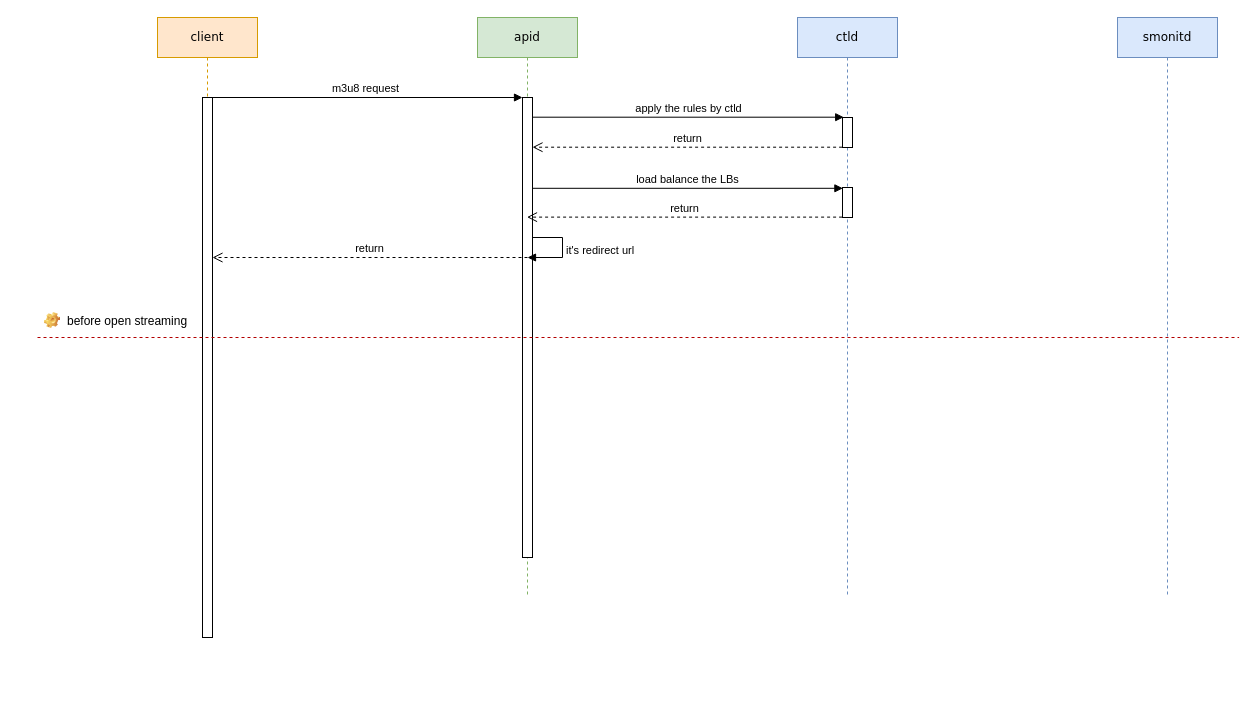
This is media-core/apid.drawio from explorer2036/charts, a draw.io file, before an edit. Source tidied: cells renumbered, new cells numbered last; positions are measured from the earlier drawing's top-left corner, leaving out a move shared by most shapes. Both pictures are drawn from the tidied source at 100%, with x=0, y=0 at pixel (37, 17).
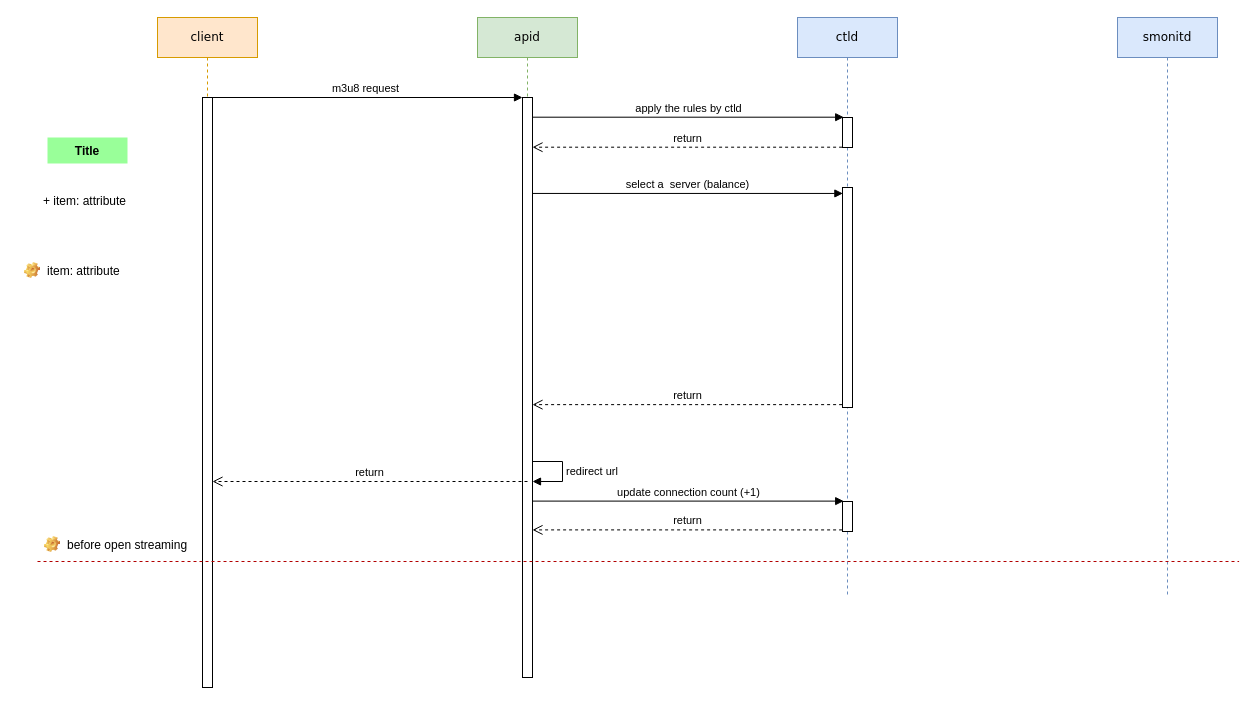
After the change.

Unchanged cells that the change refers to:
```xml
<mxCell id="5" value="ctld" style="shape=umlLifeline;perimeter=lifelinePerimeter;whiteSpace=wrap;html=1;rounded=0;shadow=0;comic=0;labelBackgroundColor=none;strokeWidth=1;fontFamily=Verdana;fontSize=12;align=center;fillColor=#dae8fc;strokeColor=#6c8ebf;" parent="1" vertex="1">
  <mxGeometry x="760" width="100" height="580" as="geometry" />
</mxCell>
```

The edit, as a diff of the source:
```diff
@@
     <mxCell id="2" value="apid" style="shape=umlLifeline;perimeter=lifelinePerimeter;whiteSpace=wrap;html=1;outlineConnect=0;rounded=0;shadow=0;comic=0;labelBackgroundColor=none;strokeWidth=1;fontFamily=Verdana;fontSize=12;align=center;fillColor=#d5e8d4;strokeColor=#82b366;" parent="1" vertex="1">
-      <mxGeometry x="440" width="100" height="580" as="geometry" />
+      <mxGeometry x="440" width="100" height="660" as="geometry" />
     </mxCell>
     <mxCell id="3" style="html=1;points=[];perimeter=orthogonalPerimeter;rounded=0;shadow=0;glass=0;sketch=0;strokeColor=default;" parent="2" vertex="1">
-      <mxGeometry x="45" y="80" width="10" height="460" as="geometry" />
+      <mxGeometry x="45" y="80" width="10" height="580" as="geometry" />
     </mxCell>
-    <mxCell id="4" value="it's redirect url" style="edgeStyle=orthogonalEdgeStyle;html=1;align=left;spacingLeft=2;endArrow=block;rounded=0;" parent="2" edge="1">
+    <mxCell id="4" value="redirect url" style="edgeStyle=orthogonalEdgeStyle;html=1;align=left;spacingLeft=2;endArrow=block;rounded=0;" parent="2" edge="1">
       <mxGeometry relative="1" as="geometry">
-        <mxPoint x="55" y="220" as="sourcePoint" />
-        <mxPoint x="50" y="240" as="targetPoint" />
+        <mxPoint x="55" y="444" as="sourcePoint" />
+        <mxPoint x="55" y="464" as="targetPoint" />
         <Array as="points">
-          <mxPoint x="85" y="220" />
-          <mxPoint x="85" y="240" />
+          <mxPoint x="85" y="444" />
+          <mxPoint x="85" y="464" />
         </Array>
       </mxGeometry>
     </mxCell>
@@
     <mxCell id="7" style="html=1;points=[];perimeter=orthogonalPerimeter;rounded=0;shadow=0;glass=0;sketch=0;strokeColor=default;" parent="5" vertex="1">
-      <mxGeometry x="45" y="170" width="10" height="30" as="geometry" />
+      <mxGeometry x="45" y="170" width="10" height="220" as="geometry" />
     </mxCell>
+    <mxCell id="19" style="html=1;points=[];perimeter=orthogonalPerimeter;rounded=0;shadow=0;glass=0;sketch=0;strokeColor=default;" parent="5" vertex="1">
+      <mxGeometry x="45" y="484" width="10" height="30" as="geometry" />
+    </mxCell>
     <mxCell id="8" value="client" style="shape=umlLifeline;perimeter=lifelinePerimeter;whiteSpace=wrap;html=1;outlineConnect=0;rounded=0;shadow=0;comic=0;labelBackgroundColor=none;strokeWidth=1;fontFamily=Verdana;fontSize=12;align=center;fillColor=#ffe6cc;strokeColor=#d79b00;" parent="1" vertex="1">
-      <mxGeometry x="120" width="100" height="620" as="geometry" />
+      <mxGeometry x="120" width="100" height="670" as="geometry" />
     </mxCell>
     <mxCell id="9" style="html=1;points=[];perimeter=orthogonalPerimeter;rounded=0;shadow=0;glass=0;sketch=0;strokeColor=default;" parent="8" vertex="1">
-      <mxGeometry x="45" y="80" width="10" height="540" as="geometry" />
+      <mxGeometry x="45" y="80" width="10" height="590" as="geometry" />
     </mxCell>
@@
-    <mxCell id="12" value="return" style="html=1;verticalAlign=bottom;endArrow=open;dashed=1;endSize=8;rounded=0;" parent="1" edge="1" target="9">
+    <mxCell id="12" value="return" style="html=1;verticalAlign=bottom;endArrow=open;dashed=1;endSize=8;rounded=0;" parent="1" edge="1">
       <mxGeometry relative="1" as="geometry">
-        <mxPoint x="490" y="240" as="sourcePoint" />
+        <mxPoint x="490" y="464" as="sourcePoint" />
+        <mxPoint x="175" y="464" as="targetPoint" />
       </mxGeometry>
     </mxCell>
@@
-    <mxCell id="15" value="load balance the LBs" style="html=1;verticalAlign=bottom;endArrow=block;rounded=0;entryX=0.04;entryY=0.027;entryDx=0;entryDy=0;entryPerimeter=0;" parent="1" edge="1" source="3" target="7">
+    <mxCell id="15" value="select a&amp;nbsp; server (balance)" style="html=1;verticalAlign=bottom;endArrow=block;rounded=0;entryX=0.04;entryY=0.027;entryDx=0;entryDy=0;entryPerimeter=0;" parent="1" edge="1" source="3" target="7">
       <mxGeometry relative="1" as="geometry" />
     </mxCell>
-    <mxCell id="16" value="return" style="html=1;verticalAlign=bottom;endArrow=open;dashed=1;endSize=8;rounded=0;exitX=-0.04;exitY=0.987;exitDx=0;exitDy=0;exitPerimeter=0;" parent="1" edge="1" source="7" target="2">
+    <mxCell id="16" value="return" style="html=1;verticalAlign=bottom;endArrow=open;dashed=1;endSize=8;rounded=0;exitX=-0.04;exitY=0.987;exitDx=0;exitDy=0;exitPerimeter=0;" parent="1" edge="1" source="7" target="3">
       <mxGeometry relative="1" as="geometry" />
     </mxCell>
     <mxCell id="17" style="endArrow=none;html=1;rounded=0;dashed=1;fillColor=#e51400;strokeColor=#B20000;" parent="1" edge="1">
       <mxGeometry relative="1" as="geometry">
-        <mxPoint y="320" as="sourcePoint" />
-        <mxPoint x="1201.6" y="320" as="targetPoint" />
+        <mxPoint y="544" as="sourcePoint" />
+        <mxPoint x="1201.6" y="544" as="targetPoint" />
       </mxGeometry>
     </mxCell>
     <mxCell id="18" value="before open streaming" style="label;fontStyle=0;strokeColor=none;fillColor=none;align=left;verticalAlign=top;overflow=hidden;spacingLeft=28;spacingRight=4;imageWidth=16;imageHeight=16;image=img/clipart/Gear_128x128.png;rounded=0;shadow=0;glass=0;sketch=0;" parent="1" vertex="1">
-      <mxGeometry y="290" width="160" height="26" as="geometry" />
+      <mxGeometry y="514" width="160" height="26" as="geometry" />
     </mxCell>
+    <mxCell id="20" value="update connection count (+1)" style="html=1;verticalAlign=bottom;endArrow=block;rounded=0;entryX=0.12;entryY=-0.013;entryDx=0;entryDy=0;entryPerimeter=0;" parent="1" edge="1" target="19">
+      <mxGeometry relative="1" as="geometry">
+        <mxPoint x="495" y="483.6" as="sourcePoint" />
+      </mxGeometry>
+    </mxCell>
+    <mxCell id="21" value="return" style="html=1;verticalAlign=bottom;endArrow=open;dashed=1;endSize=8;rounded=0;exitX=-0.04;exitY=0.947;exitDx=0;exitDy=0;exitPerimeter=0;" parent="1" edge="1" source="19">
+      <mxGeometry relative="1" as="geometry">
+        <mxPoint x="495" y="512.4" as="targetPoint" />
+      </mxGeometry>
+    </mxCell>
+    <mxCell id="22" value="Title" style="text;align=center;fontStyle=1;verticalAlign=middle;spacingLeft=3;spacingRight=3;strokeColor=none;rounded=0;shadow=0;glass=0;sketch=0;fillColor=#99FF99;" parent="1" vertex="1">
+      <mxGeometry x="10" y="120" width="80" height="26" as="geometry" />
+    </mxCell>
+    <mxCell id="23" value="+ item: attribute" style="text;strokeColor=none;fillColor=none;align=left;verticalAlign=top;spacingLeft=4;spacingRight=4;overflow=hidden;rounded=0;shadow=0;glass=0;sketch=0;" parent="1" vertex="1">
+      <mxGeometry y="170" width="100" height="26" as="geometry" />
+    </mxCell>
+    <mxCell id="24" value="item: attribute" style="label;fontStyle=0;strokeColor=none;fillColor=none;align=left;verticalAlign=top;overflow=hidden;spacingLeft=28;spacingRight=4;imageWidth=16;imageHeight=16;image=img/clipart/Gear_128x128.png;rounded=0;shadow=0;glass=0;sketch=0;" parent="1" vertex="1">
+      <mxGeometry x="-20" y="240" width="120" height="26" as="geometry" />
+    </mxCell>
```
